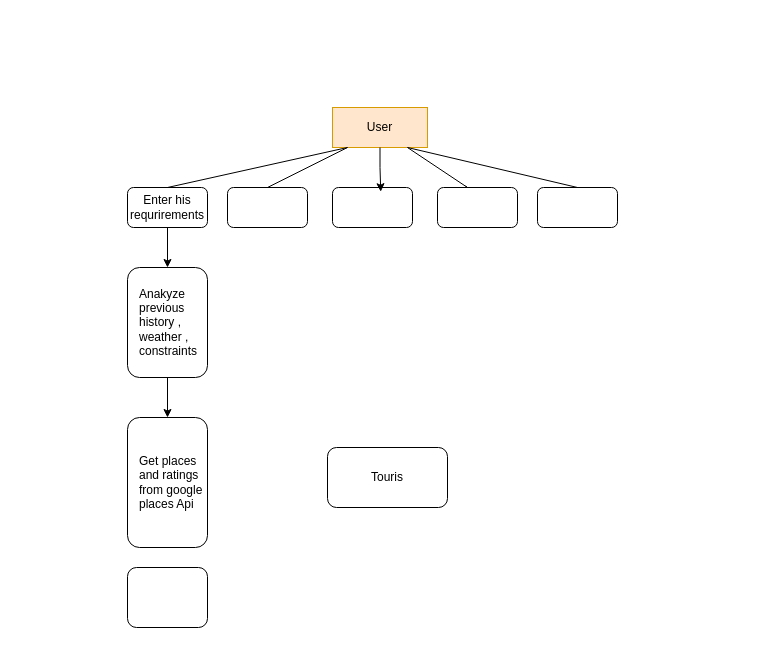
Before: Untitled Diagram.drawio in koushik8686/GlobeMate, a draw.io diagram. Source tidied: cells renumbered, new cells numbered last; positions are measured from the earlier drawing's top-left corner, leaving out a move shared by most shapes. Both pictures are drawn from the tidied source at 100%, with x=0, y=0 at pixel (127, 107).
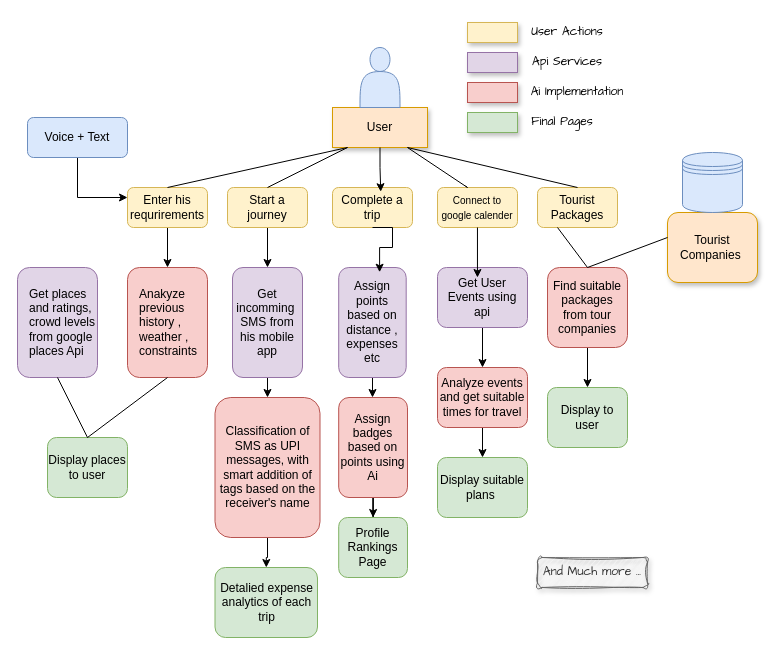
The same page after the edit.

Diff of the diagram source:
```diff
@@
-    <mxCell id="3" value="User" style="text;strokeColor=#d79b00;align=center;fillColor=#ffe6cc;html=1;verticalAlign=middle;whiteSpace=wrap;rounded=0;" parent="1" vertex="1">
+    <mxCell id="3" value="User" style="text;strokeColor=#d79b00;align=center;fillColor=#ffe6cc;html=1;verticalAlign=middle;whiteSpace=wrap;rounded=0;glass=0;shadow=1;" parent="1" vertex="1">
       <mxGeometry x="205" width="95" height="40" as="geometry" />
     </mxCell>
@@
-    <mxCell id="5" style="rounded=1;whiteSpace=wrap;html=1;" parent="1" vertex="1">
+    <mxCell id="5" style="rounded=1;whiteSpace=wrap;html=1;fillColor=#fff2cc;strokeColor=#d6b656;" parent="1" vertex="1">
       <mxGeometry y="80" width="80" height="40" as="geometry" />
     </mxCell>
+    <mxCell id="21" style="edgeStyle=orthogonalEdgeStyle;rounded=0;jettySize=auto;html=1;" parent="1" edge="1" source="6" target="23">
+      <mxGeometry relative="1" as="geometry" />
+    </mxCell>
-    <mxCell id="6" style="rounded=1;whiteSpace=wrap;html=1;" parent="1" vertex="1">
+    <mxCell id="6" value="Start a journey" style="rounded=1;whiteSpace=wrap;html=1;fillColor=#fff2cc;strokeColor=#d6b656;" parent="1" vertex="1">
       <mxGeometry x="100" y="80" width="80" height="40" as="geometry" />
     </mxCell>
-    <mxCell id="7" style="rounded=1;whiteSpace=wrap;html=1;" parent="1" vertex="1">
+    <mxCell id="7" value="Complete a trip" style="rounded=1;whiteSpace=wrap;html=1;fillColor=#fff2cc;strokeColor=#d6b656;" parent="1" vertex="1">
       <mxGeometry x="205" y="80" width="80" height="40" as="geometry" />
     </mxCell>
-    <mxCell id="8" style="rounded=1;whiteSpace=wrap;html=1;" parent="1" vertex="1">
+    <mxCell id="8" value="&lt;font style=&quot;font-size: 10px;&quot;&gt;Connect to google calender&lt;/font&gt;" style="rounded=1;whiteSpace=wrap;html=1;fillColor=#fff2cc;strokeColor=#d6b656;" parent="1" vertex="1">
       <mxGeometry x="310" y="80" width="80" height="40" as="geometry" />
     </mxCell>
-    <mxCell id="9" style="rounded=1;whiteSpace=wrap;html=1;" parent="1" vertex="1">
+    <mxCell id="9" value="Tourist Packages" style="rounded=1;whiteSpace=wrap;html=1;fillColor=#fff2cc;strokeColor=#d6b656;" parent="1" vertex="1">
       <mxGeometry x="410" y="80" width="80" height="40" as="geometry" />
     </mxCell>
@@
-    <mxCell id="14" style="edgeStyle=orthogonalEdgeStyle;rounded=0;jettySize=auto;html=1;exitX=0.5;exitY=1;exitDx=0;exitDy=0;entryX=0.5;entryY=0;entryDx=0;entryDy=0;" parent="1" edge="1" source="15" target="17">
-      <mxGeometry relative="1" as="geometry" />
-    </mxCell>
-    <mxCell id="15" style="rounded=1;whiteSpace=wrap;html=1;" parent="1" vertex="1">
+    <mxCell id="15" style="rounded=1;whiteSpace=wrap;html=1;fillColor=#f8cecc;strokeColor=#b85450;" parent="1" vertex="1">
       <mxGeometry y="160" width="80" height="110" as="geometry" />
     </mxCell>
@@
-    <mxCell id="17" style="rounded=1;whiteSpace=wrap;html=1;" parent="1" vertex="1">
-      <mxGeometry y="310" width="80" height="130" as="geometry" />
+    <mxCell id="17" style="rounded=1;whiteSpace=wrap;html=1;fillColor=#e1d5e7;strokeColor=#9673a6;" parent="1" vertex="1">
+      <mxGeometry x="-110" y="160" width="80" height="110" as="geometry" />
     </mxCell>
-    <mxCell id="18" value="Get places and ratings from google places Api" style="text;strokeColor=none;align=left;fillColor=none;html=1;verticalAlign=middle;whiteSpace=wrap;rounded=0;" parent="1" vertex="1">
-      <mxGeometry x="10" y="360" width="80" height="30" as="geometry" />
+    <mxCell id="18" value="Get places and ratings,&lt;div&gt;crowd levels from google places Api&lt;/div&gt;" style="text;strokeColor=none;align=left;fillColor=none;html=1;verticalAlign=middle;whiteSpace=wrap;rounded=0;sketch=1;curveFitting=1;jiggle=2;" parent="1" vertex="1">
+      <mxGeometry x="-100" y="200" width="80" height="30" as="geometry" />
     </mxCell>
-    <mxCell id="19" style="rounded=1;whiteSpace=wrap;html=1;" parent="1" vertex="1">
-      <mxGeometry y="460" width="80" height="60" as="geometry" />
+    <mxCell id="19" value="Display places to&amp;nbsp;&lt;span style=&quot;background-color: transparent; color: light-dark(rgb(0, 0, 0), rgb(255, 255, 255));&quot;&gt;user&lt;/span&gt;" style="rounded=1;whiteSpace=wrap;html=1;fillColor=#d5e8d4;strokeColor=#82b366;" parent="1" vertex="1">
+      <mxGeometry x="-80" y="330" width="80" height="60" as="geometry" />
     </mxCell>
-    <mxCell id="20" value="Touris" style="rounded=1;whiteSpace=wrap;html=1;" parent="1" vertex="1">
-      <mxGeometry x="200" y="340" width="120" height="60" as="geometry" />
-    </mxCell>
+    <mxCell id="14" style="endArrow=none;html=1;rounded=0;entryX=0.5;entryY=1;entryDx=0;entryDy=0;exitX=0.5;exitY=1;exitDx=0;exitDy=0;" parent="1" edge="1" source="15" target="17">
+      <mxGeometry relative="1" as="geometry">
+        <Array as="points">
+          <mxPoint x="-40" y="330" />
+        </Array>
+      </mxGeometry>
+    </mxCell>
+    <mxCell id="22" style="edgeStyle=orthogonalEdgeStyle;rounded=0;jettySize=auto;html=1;exitX=0.5;exitY=1;exitDx=0;exitDy=0;" parent="1" edge="1" source="23">
+      <mxGeometry relative="1" as="geometry">
+        <mxPoint x="140" y="290" as="targetPoint" />
+      </mxGeometry>
+    </mxCell>
+    <mxCell id="23" value="Get incomming&amp;nbsp;&lt;div&gt;&lt;span style=&quot;background-color: transparent; color: light-dark(rgb(0, 0, 0), rgb(255, 255, 255));&quot;&gt;SMS from his mobile app&lt;/span&gt;&lt;/div&gt;" style="rounded=1;whiteSpace=wrap;html=1;fillColor=#e1d5e7;strokeColor=#9673a6;" parent="1" vertex="1">
+      <mxGeometry x="105" y="160" width="70" height="110" as="geometry" />
+    </mxCell>
+    <mxCell id="24" style="edgeStyle=orthogonalEdgeStyle;rounded=0;jettySize=auto;html=1;" parent="1" edge="1" source="25" target="26">
+      <mxGeometry relative="1" as="geometry" />
+    </mxCell>
+    <mxCell id="25" value="&lt;div style=&quot;&quot;&gt;&lt;span style=&quot;background-color: transparent; color: light-dark(rgb(0, 0, 0), rgb(255, 255, 255));&quot;&gt;Classification of SMS as UPI messages, with smart addition of tags based on the receiver's name&lt;/span&gt;&lt;/div&gt;" style="rounded=1;whiteSpace=wrap;html=1;align=center;fillColor=#f8cecc;strokeColor=#b85450;" parent="1" vertex="1">
+      <mxGeometry x="87.5" y="290" width="105" height="140" as="geometry" />
+    </mxCell>
+    <mxCell id="26" value="Detalied expense analytics of each trip" style="whiteSpace=wrap;html=1;rounded=1;fillColor=#d5e8d4;strokeColor=#82b366;" parent="1" vertex="1">
+      <mxGeometry x="87.5" y="460" width="102.5" height="70" as="geometry" />
+    </mxCell>
+    <mxCell id="27" style="shape=actor;whiteSpace=wrap;html=1;fillColor=#dae8fc;strokeColor=#6c8ebf;" parent="1" vertex="1">
+      <mxGeometry x="232.5" y="-60" width="40" height="60" as="geometry" />
+    </mxCell>
+    <mxCell id="28" style="edgeStyle=orthogonalEdgeStyle;rounded=0;jettySize=auto;html=1;entryX=0;entryY=0.25;entryDx=0;entryDy=0;" parent="1" edge="1" source="29" target="5">
+      <mxGeometry relative="1" as="geometry" />
+    </mxCell>
+    <mxCell id="29" value="Voice + Text" style="rounded=1;whiteSpace=wrap;html=1;fillColor=#dae8fc;strokeColor=#6c8ebf;" parent="1" vertex="1">
+      <mxGeometry x="-100" y="10" width="100" height="40" as="geometry" />
+    </mxCell>
+    <mxCell id="30" style="edgeStyle=orthogonalEdgeStyle;rounded=0;jettySize=auto;html=1;" parent="1" edge="1" source="31" target="34">
+      <mxGeometry relative="1" as="geometry" />
+    </mxCell>
+    <mxCell id="31" value="Assign points based on distance , expenses etc" style="whiteSpace=wrap;html=1;rounded=1;fillColor=#e1d5e7;strokeColor=#9673a6;" parent="1" vertex="1">
+      <mxGeometry x="211.2" y="160" width="67.5" height="110" as="geometry" />
+    </mxCell>
+    <mxCell id="32" style="edgeStyle=orthogonalEdgeStyle;rounded=0;jettySize=auto;html=1;exitX=0.5;exitY=1;exitDx=0;exitDy=0;entryX=0.606;entryY=0.043;entryDx=0;entryDy=0;entryPerimeter=0;" parent="1" edge="1" source="7" target="31">
+      <mxGeometry relative="1" as="geometry">
+        <Array as="points">
+          <mxPoint x="265" y="120" />
+          <mxPoint x="265" y="140" />
+          <mxPoint x="252" y="140" />
+        </Array>
+      </mxGeometry>
+    </mxCell>
+    <mxCell id="33" style="edgeStyle=orthogonalEdgeStyle;rounded=0;jettySize=auto;html=1;" parent="1" edge="1" source="34" target="35">
+      <mxGeometry relative="1" as="geometry" />
+    </mxCell>
+    <mxCell id="34" value="Assign badges based on points using Ai" style="whiteSpace=wrap;html=1;rounded=1;fillColor=#f8cecc;strokeColor=#b85450;" parent="1" vertex="1">
+      <mxGeometry x="211.2" y="290" width="68.8" height="100" as="geometry" />
+    </mxCell>
+    <mxCell id="35" value="Profile Rankings Page" style="whiteSpace=wrap;html=1;rounded=1;fillColor=#d5e8d4;strokeColor=#82b366;" parent="1" vertex="1">
+      <mxGeometry x="211.2" y="410" width="68.8" height="60" as="geometry" />
+    </mxCell>
+    <mxCell id="36" style="edgeStyle=orthogonalEdgeStyle;rounded=0;jettySize=auto;html=1;" parent="1" edge="1" source="37" target="40">
+      <mxGeometry relative="1" as="geometry" />
+    </mxCell>
+    <mxCell id="37" value="Get User Events using api" style="whiteSpace=wrap;html=1;rounded=1;fillColor=#e1d5e7;strokeColor=#9673a6;" parent="1" vertex="1">
+      <mxGeometry x="310" y="160" width="90" height="60" as="geometry" />
+    </mxCell>
+    <mxCell id="38" style="edgeStyle=orthogonalEdgeStyle;rounded=0;jettySize=auto;html=1;entryX=0.444;entryY=0.167;entryDx=0;entryDy=0;entryPerimeter=0;" parent="1" edge="1" source="8" target="37">
+      <mxGeometry relative="1" as="geometry" />
+    </mxCell>
+    <mxCell id="39" style="edgeStyle=orthogonalEdgeStyle;rounded=0;jettySize=auto;html=1;" parent="1" edge="1" source="40" target="41">
+      <mxGeometry relative="1" as="geometry" />
+    </mxCell>
+    <mxCell id="40" value="Analyze events and get suitable times for travel" style="whiteSpace=wrap;html=1;rounded=1;fillColor=#f8cecc;strokeColor=#b85450;" parent="1" vertex="1">
+      <mxGeometry x="310" y="260" width="90" height="60" as="geometry" />
+    </mxCell>
+    <mxCell id="41" value="Display suitable plans&amp;nbsp;" style="whiteSpace=wrap;html=1;rounded=1;fillColor=#d5e8d4;strokeColor=#82b366;" parent="1" vertex="1">
+      <mxGeometry x="310" y="350" width="90" height="60" as="geometry" />
+    </mxCell>
+    <mxCell id="42" value="Tourist Companies&amp;nbsp;" style="rounded=1;whiteSpace=wrap;html=1;fillColor=#ffe6cc;strokeColor=#d79b00;shadow=1;" parent="1" vertex="1">
+      <mxGeometry x="540" y="105" width="90" height="70" as="geometry" />
+    </mxCell>
+    <mxCell id="43" style="edgeStyle=orthogonalEdgeStyle;rounded=0;jettySize=auto;html=1;" parent="1" edge="1" source="44" target="45">
+      <mxGeometry relative="1" as="geometry" />
+    </mxCell>
+    <mxCell id="44" value="Find suitable packages from tour companies" style="rounded=1;whiteSpace=wrap;html=1;fillColor=#f8cecc;strokeColor=#b85450;" parent="1" vertex="1">
+      <mxGeometry x="420" y="160" width="80" height="80" as="geometry" />
+    </mxCell>
+    <mxCell id="45" value="Display to user" style="whiteSpace=wrap;html=1;rounded=1;fillColor=#d5e8d4;strokeColor=#82b366;" parent="1" vertex="1">
+      <mxGeometry x="420" y="280" width="80" height="60" as="geometry" />
+    </mxCell>
+    <mxCell id="46" style="endArrow=none;html=1;rounded=0;exitX=0.25;exitY=1;exitDx=0;exitDy=0;entryX=0;entryY=0.357;entryDx=0;entryDy=0;entryPerimeter=0;" parent="1" edge="1" source="9" target="42">
+      <mxGeometry relative="1" as="geometry">
+        <Array as="points">
+          <mxPoint x="460" y="160" />
+        </Array>
+      </mxGeometry>
+    </mxCell>
+    <mxCell id="47" style="shape=datastore;whiteSpace=wrap;html=1;fillColor=#dae8fc;strokeColor=#6c8ebf;" parent="1" vertex="1">
+      <mxGeometry x="555" y="45" width="60" height="60" as="geometry" />
+    </mxCell>
+    <mxCell id="48" style="rounded=0;whiteSpace=wrap;html=1;hachureGap=4;fontFamily=Architects Daughter;glass=0;shadow=1;fillColor=#fff2cc;strokeColor=#d6b656;" parent="1" vertex="1">
+      <mxGeometry x="340" y="-85" width="50" height="20" as="geometry" />
+    </mxCell>
+    <mxCell id="49" value="User Actions" style="text;strokeColor=none;align=center;fillColor=none;html=1;verticalAlign=middle;whiteSpace=wrap;rounded=0;fontFamily=Architects Daughter;" parent="1" vertex="1">
+      <mxGeometry x="390" y="-90" width="100" height="30" as="geometry" />
+    </mxCell>
+    <mxCell id="50" style="rounded=0;whiteSpace=wrap;html=1;hachureGap=4;fontFamily=Architects Daughter;glass=0;shadow=1;fillColor=#e1d5e7;strokeColor=#9673a6;" parent="1" vertex="1">
+      <mxGeometry x="340" y="-55" width="50" height="20" as="geometry" />
+    </mxCell>
+    <mxCell id="51" value="Api Services" style="text;strokeColor=none;align=center;fillColor=none;html=1;verticalAlign=middle;whiteSpace=wrap;rounded=0;fontFamily=Architects Daughter;" parent="1" vertex="1">
+      <mxGeometry x="390" y="-60" width="100" height="30" as="geometry" />
+    </mxCell>
+    <mxCell id="52" style="rounded=0;whiteSpace=wrap;html=1;hachureGap=4;fontFamily=Architects Daughter;glass=0;shadow=1;fillColor=#f8cecc;strokeColor=#b85450;" parent="1" vertex="1">
+      <mxGeometry x="340" y="-25" width="50" height="20" as="geometry" />
+    </mxCell>
+    <mxCell id="53" value="Ai Implementation" style="text;strokeColor=none;align=center;fillColor=none;html=1;verticalAlign=middle;whiteSpace=wrap;rounded=0;fontFamily=Architects Daughter;" parent="1" vertex="1">
+      <mxGeometry x="390" y="-30" width="120" height="30" as="geometry" />
+    </mxCell>
+    <mxCell id="54" style="rounded=0;whiteSpace=wrap;html=1;hachureGap=4;fontFamily=Architects Daughter;glass=0;shadow=1;fillColor=#d5e8d4;strokeColor=#82b366;" parent="1" vertex="1">
+      <mxGeometry x="340" y="5" width="50" height="20" as="geometry" />
+    </mxCell>
+    <mxCell id="55" value="Final Pages" style="text;strokeColor=none;align=center;fillColor=none;html=1;verticalAlign=middle;whiteSpace=wrap;rounded=0;fontFamily=Architects Daughter;" parent="1" vertex="1">
+      <mxGeometry x="390" width="90" height="30" as="geometry" />
+    </mxCell>
+    <mxCell id="56" value="And Much more ..." style="text;strokeColor=#666666;align=center;fillColor=#f5f5f5;html=1;verticalAlign=middle;whiteSpace=wrap;rounded=1;fontFamily=Architects Daughter;fontColor=#333333;shadow=1;sketch=1;curveFitting=1;jiggle=2;" parent="1" vertex="1">
+      <mxGeometry x="410" y="450" width="110" height="30" as="geometry" />
+    </mxCell>
```
